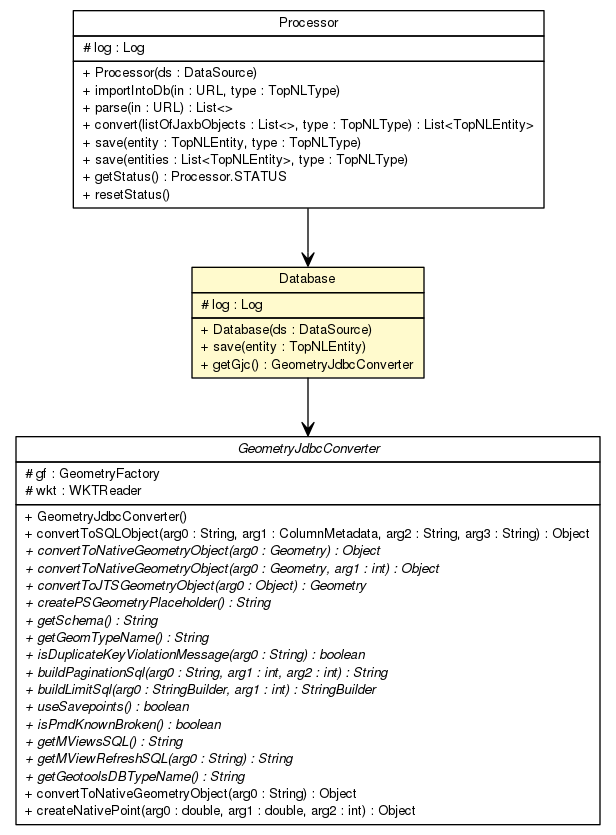
This is topnlparser/apidocs/nl/b3p/topnl/Database.png from B3Partners/brmo, a Graphviz export, as it was before one commit. Its source is kept beside it as topnlparser/apidocs/nl/b3p/topnl/Database.dot. Its diagram source:
```dot

digraph G {
	edge [fontname="Helvetica",fontsize=10,labelfontname="Helvetica",labelfontsize=10];
	node [fontname="Helvetica",fontsize=10,shape=plaintext];
	nodesep=0.25;
	ranksep=0.5;
	c13376 [label=<<table title="nl.b3p.topnl.Database" border="0" cellborder="1" cellspacing="0" cellpadding="2" port="p" bgcolor="lemonChiffon" href="./Database.html">
		<tr><td><table border="0" cellspacing="0" cellpadding="1">
<tr><td align="center" balign="center"> Database </td></tr>
		</table></td></tr>
		<tr><td><table border="0" cellspacing="0" cellpadding="1">
<tr><td align="left" balign="left"> # log : Log </td></tr>
		</table></td></tr>
		<tr><td><table border="0" cellspacing="0" cellpadding="1">
<tr><td align="left" balign="left"> + Database(ds : DataSource) </td></tr>
<tr><td align="left" balign="left"> + save(entity : TopNLEntity) </td></tr>
<tr><td align="left" balign="left"> + getGjc() : GeometryJdbcConverter </td></tr>
		</table></td></tr>
		</table>>, URL="./Database.html", fontname="Helvetica", fontcolor="black", fontsize=10.0];
	c13380 [label=<<table title="nl.b3p.topnl.Processor" border="0" cellborder="1" cellspacing="0" cellpadding="2" port="p" href="./Processor.html">
		<tr><td><table border="0" cellspacing="0" cellpadding="1">
<tr><td align="center" balign="center"> Processor </td></tr>
		</table></td></tr>
		<tr><td><table border="0" cellspacing="0" cellpadding="1">
<tr><td align="left" balign="left"> # log : Log </td></tr>
		</table></td></tr>
		<tr><td><table border="0" cellspacing="0" cellpadding="1">
<tr><td align="left" balign="left"> + Processor(ds : DataSource) </td></tr>
<tr><td align="left" balign="left"> + importIntoDb(in : URL, type : TopNLType) </td></tr>
<tr><td align="left" balign="left"> + parse(in : URL) : List&lt;&gt; </td></tr>
<tr><td align="left" balign="left"> + convert(listOfJaxbObjects : List&lt;&gt;, type : TopNLType) : List&lt;TopNLEntity&gt; </td></tr>
<tr><td align="left" balign="left"> + save(entity : TopNLEntity, type : TopNLType) </td></tr>
<tr><td align="left" balign="left"> + save(entities : List&lt;TopNLEntity&gt;, type : TopNLType) </td></tr>
<tr><td align="left" balign="left"> + getStatus() : Processor.STATUS </td></tr>
<tr><td align="left" balign="left"> + resetStatus() </td></tr>
		</table></td></tr>
		</table>>, URL="./Processor.html", fontname="Helvetica", fontcolor="black", fontsize=10.0];
	c13376:p -> c13624:p [taillabel="", label="", headlabel="", fontname="Helvetica", fontcolor="black", fontsize=10.0, color="black", arrowhead=open];
	c13380:p -> c13376:p [taillabel="", label="", headlabel="", fontname="Helvetica", fontcolor="black", fontsize=10.0, color="black", arrowhead=open];
	c13624 [label=<<table title="nl.b3p.loader.jdbc.GeometryJdbcConverter" border="0" cellborder="1" cellspacing="0" cellpadding="2" port="p">
		<tr><td><table border="0" cellspacing="0" cellpadding="1">
<tr><td align="center" balign="center"><font face="Helvetica-Oblique"> GeometryJdbcConverter </font></td></tr>
		</table></td></tr>
		<tr><td><table border="0" cellspacing="0" cellpadding="1">
<tr><td align="left" balign="left"> # gf : GeometryFactory </td></tr>
<tr><td align="left" balign="left"> # wkt : WKTReader </td></tr>
		</table></td></tr>
		<tr><td><table border="0" cellspacing="0" cellpadding="1">
<tr><td align="left" balign="left"> + GeometryJdbcConverter() </td></tr>
<tr><td align="left" balign="left"> + convertToSQLObject(arg0 : String, arg1 : ColumnMetadata, arg2 : String, arg3 : String) : Object </td></tr>
<tr><td align="left" balign="left"><font face="Helvetica-Oblique" point-size="10.0"> + convertToNativeGeometryObject(arg0 : Geometry) : Object </font></td></tr>
<tr><td align="left" balign="left"><font face="Helvetica-Oblique" point-size="10.0"> + convertToNativeGeometryObject(arg0 : Geometry, arg1 : int) : Object </font></td></tr>
<tr><td align="left" balign="left"><font face="Helvetica-Oblique" point-size="10.0"> + convertToJTSGeometryObject(arg0 : Object) : Geometry </font></td></tr>
<tr><td align="left" balign="left"><font face="Helvetica-Oblique" point-size="10.0"> + createPSGeometryPlaceholder() : String </font></td></tr>
<tr><td align="left" balign="left"><font face="Helvetica-Oblique" point-size="10.0"> + getSchema() : String </font></td></tr>
<tr><td align="left" balign="left"><font face="Helvetica-Oblique" point-size="10.0"> + getGeomTypeName() : String </font></td></tr>
<tr><td align="left" balign="left"><font face="Helvetica-Oblique" point-size="10.0"> + isDuplicateKeyViolationMessage(arg0 : String) : boolean </font></td></tr>
<tr><td align="left" balign="left"><font face="Helvetica-Oblique" point-size="10.0"> + buildPaginationSql(arg0 : String, arg1 : int, arg2 : int) : String </font></td></tr>
<tr><td align="left" balign="left"><font face="Helvetica-Oblique" point-size="10.0"> + buildLimitSql(arg0 : StringBuilder, arg1 : int) : StringBuilder </font></td></tr>
<tr><td align="left" balign="left"><font face="Helvetica-Oblique" point-size="10.0"> + useSavepoints() : boolean </font></td></tr>
<tr><td align="left" balign="left"><font face="Helvetica-Oblique" point-size="10.0"> + isPmdKnownBroken() : boolean </font></td></tr>
<tr><td align="left" balign="left"><font face="Helvetica-Oblique" point-size="10.0"> + getMViewsSQL() : String </font></td></tr>
<tr><td align="left" balign="left"><font face="Helvetica-Oblique" point-size="10.0"> + getMViewRefreshSQL(arg0 : String) : String </font></td></tr>
<tr><td align="left" balign="left"><font face="Helvetica-Oblique" point-size="10.0"> + getGeotoolsDBTypeName() : String </font></td></tr>
<tr><td align="left" balign="left"> + convertToNativeGeometryObject(arg0 : String) : Object </td></tr>
<tr><td align="left" balign="left"> + createNativePoint(arg0 : double, arg1 : double, arg2 : int) : Object </td></tr>
		</table></td></tr>
		</table>>, URL="null", fontname="Helvetica", fontcolor="black", fontsize=10.0];
}
```
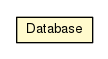
After the commit.

What changed in the source:
```diff
@@ -4,66 +4,9 @@
 	node [fontname="Helvetica",fontsize=10,shape=plaintext];
 	nodesep=0.25;
 	ranksep=0.5;
-	c13376 [label=<<table title="nl.b3p.topnl.Database" border="0" cellborder="1" cellspacing="0" cellpadding="2" port="p" bgcolor="lemonChiffon" href="./Database.html">
+	c13353 [label=<<table title="nl.b3p.topnl.Database" border="0" cellborder="1" cellspacing="0" cellpadding="2" port="p" bgcolor="lemonChiffon" href="./Database.html">
 		<tr><td><table border="0" cellspacing="0" cellpadding="1">
 <tr><td align="center" balign="center"> Database </td></tr>
 		</table></td></tr>
-		<tr><td><table border="0" cellspacing="0" cellpadding="1">
-<tr><td align="left" balign="left"> # log : Log </td></tr>
-		</table></td></tr>
-		<tr><td><table border="0" cellspacing="0" cellpadding="1">
-<tr><td align="left" balign="left"> + Database(ds : DataSource) </td></tr>
-<tr><td align="left" balign="left"> + save(entity : TopNLEntity) </td></tr>
-<tr><td align="left" balign="left"> + getGjc() : GeometryJdbcConverter </td></tr>
-		</table></td></tr>
 		</table>>, URL="./Database.html", fontname="Helvetica", fontcolor="black", fontsize=10.0];
-	c13380 [label=<<table title="nl.b3p.topnl.Processor" border="0" cellborder="1" cellspacing="0" cellpadding="2" port="p" href="./Processor.html">
-		<tr><td><table border="0" cellspacing="0" cellpadding="1">
-<tr><td align="center" balign="center"> Processor </td></tr>
-		</table></td></tr>
-		<tr><td><table border="0" cellspacing="0" cellpadding="1">
-<tr><td align="left" balign="left"> # log : Log </td></tr>
-		</table></td></tr>
-		<tr><td><table border="0" cellspacing="0" cellpadding="1">
-<tr><td align="left" balign="left"> + Processor(ds : DataSource) </td></tr>
-<tr><td align="left" balign="left"> + importIntoDb(in : URL, type : TopNLType) </td></tr>
-<tr><td align="left" balign="left"> + parse(in : URL) : List&lt;&gt; </td></tr>
-<tr><td align="left" balign="left"> + convert(listOfJaxbObjects : List&lt;&gt;, type : TopNLType) : List&lt;TopNLEntity&gt; </td></tr>
-<tr><td align="left" balign="left"> + save(entity : TopNLEntity, type : TopNLType) </td></tr>
-<tr><td align="left" balign="left"> + save(entities : List&lt;TopNLEntity&gt;, type : TopNLType) </td></tr>
-<tr><td align="left" balign="left"> + getStatus() : Processor.STATUS </td></tr>
-<tr><td align="left" balign="left"> + resetStatus() </td></tr>
-		</table></td></tr>
-		</table>>, URL="./Processor.html", fontname="Helvetica", fontcolor="black", fontsize=10.0];
-	c13376:p -> c13624:p [taillabel="", label="", headlabel="", fontname="Helvetica", fontcolor="black", fontsize=10.0, color="black", arrowhead=open];
-	c13380:p -> c13376:p [taillabel="", label="", headlabel="", fontname="Helvetica", fontcolor="black", fontsize=10.0, color="black", arrowhead=open];
-	c13624 [label=<<table title="nl.b3p.loader.jdbc.GeometryJdbcConverter" border="0" cellborder="1" cellspacing="0" cellpadding="2" port="p">
-		<tr><td><table border="0" cellspacing="0" cellpadding="1">
-<tr><td align="center" balign="center"><font face="Helvetica-Oblique"> GeometryJdbcConverter </font></td></tr>
-		</table></td></tr>
-		<tr><td><table border="0" cellspacing="0" cellpadding="1">
-<tr><td align="left" balign="left"> # gf : GeometryFactory </td></tr>
-<tr><td align="left" balign="left"> # wkt : WKTReader </td></tr>
-		</table></td></tr>
-		<tr><td><table border="0" cellspacing="0" cellpadding="1">
-<tr><td align="left" balign="left"> + GeometryJdbcConverter() </td></tr>
-<tr><td align="left" balign="left"> + convertToSQLObject(arg0 : String, arg1 : ColumnMetadata, arg2 : String, arg3 : String) : Object </td></tr>
-<tr><td align="left" balign="left"><font face="Helvetica-Oblique" point-size="10.0"> + convertToNativeGeometryObject(arg0 : Geometry) : Object </font></td></tr>
-<tr><td align="left" balign="left"><font face="Helvetica-Oblique" point-size="10.0"> + convertToNativeGeometryObject(arg0 : Geometry, arg1 : int) : Object </font></td></tr>
-<tr><td align="left" balign="left"><font face="Helvetica-Oblique" point-size="10.0"> + convertToJTSGeometryObject(arg0 : Object) : Geometry </font></td></tr>
-<tr><td align="left" balign="left"><font face="Helvetica-Oblique" point-size="10.0"> + createPSGeometryPlaceholder() : String </font></td></tr>
-<tr><td align="left" balign="left"><font face="Helvetica-Oblique" point-size="10.0"> + getSchema() : String </font></td></tr>
-<tr><td align="left" balign="left"><font face="Helvetica-Oblique" point-size="10.0"> + getGeomTypeName() : String </font></td></tr>
-<tr><td align="left" balign="left"><font face="Helvetica-Oblique" point-size="10.0"> + isDuplicateKeyViolationMessage(arg0 : String) : boolean </font></td></tr>
-<tr><td align="left" balign="left"><font face="Helvetica-Oblique" point-size="10.0"> + buildPaginationSql(arg0 : String, arg1 : int, arg2 : int) : String </font></td></tr>
-<tr><td align="left" balign="left"><font face="Helvetica-Oblique" point-size="10.0"> + buildLimitSql(arg0 : StringBuilder, arg1 : int) : StringBuilder </font></td></tr>
-<tr><td align="left" balign="left"><font face="Helvetica-Oblique" point-size="10.0"> + useSavepoints() : boolean </font></td></tr>
-<tr><td align="left" balign="left"><font face="Helvetica-Oblique" point-size="10.0"> + isPmdKnownBroken() : boolean </font></td></tr>
-<tr><td align="left" balign="left"><font face="Helvetica-Oblique" point-size="10.0"> + getMViewsSQL() : String </font></td></tr>
-<tr><td align="left" balign="left"><font face="Helvetica-Oblique" point-size="10.0"> + getMViewRefreshSQL(arg0 : String) : String </font></td></tr>
-<tr><td align="left" balign="left"><font face="Helvetica-Oblique" point-size="10.0"> + getGeotoolsDBTypeName() : String </font></td></tr>
-<tr><td align="left" balign="left"> + convertToNativeGeometryObject(arg0 : String) : Object </td></tr>
-<tr><td align="left" balign="left"> + createNativePoint(arg0 : double, arg1 : double, arg2 : int) : Object </td></tr>
-		</table></td></tr>
-		</table>>, URL="null", fontname="Helvetica", fontcolor="black", fontsize=10.0];
 }
```
